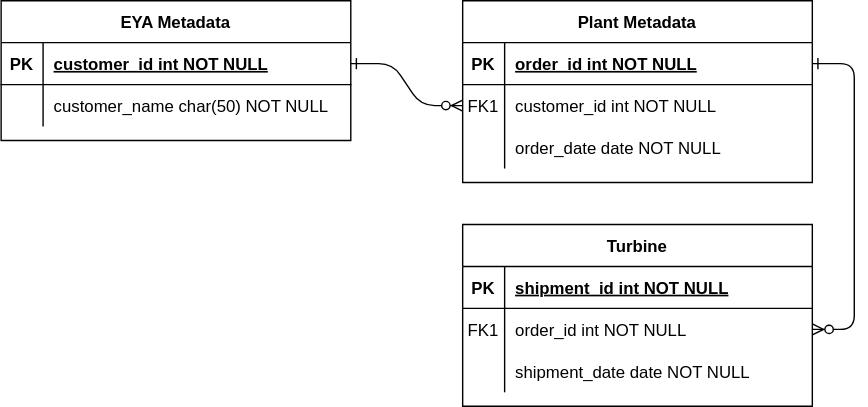
IEC-61400-15/eya_def keeps this draw.io diagram as SVG_IEC 61400-15-2 DEF.drawio.svg. Above is the earlier version. Source tidied: cells renumbered, new cells last; positions are measured from the earlier drawing's top-left corner, leaving out a move shared by most shapes. Its diagram source:
```xml
<mxGraphModel background="#ffffff">
  <root>
    <mxCell id="0" />
    <mxCell id="1" parent="0" />
    <mxCell id="2" style="edgeStyle=entityRelationEdgeStyle;endArrow=ERzeroToMany;startArrow=ERone;endFill=1;startFill=0;" parent="1" edge="1" source="25" target="8">
      <mxGeometry relative="1" as="geometry" />
    </mxCell>
    <mxCell id="3" style="edgeStyle=entityRelationEdgeStyle;endArrow=ERzeroToMany;startArrow=ERone;endFill=1;startFill=0;" parent="1" edge="1" source="5" target="18">
      <mxGeometry relative="1" as="geometry" />
    </mxCell>
    <mxCell id="4" value="Plant Metadata" style="shape=table;startSize=30;rowLines=0;fontStyle=1;align=center;" parent="1" vertex="1">
      <mxGeometry x="330" width="250" height="130" as="geometry" />
    </mxCell>
    <mxCell id="5" style="shape=partialRectangle;fillColor=none;points=[[0,0.5],[1,0.5]];portConstraint=eastwest;top=0;left=0;right=0;bottom=1;" parent="4" vertex="1">
      <mxGeometry y="30" width="250" height="30" as="geometry" />
    </mxCell>
    <mxCell id="6" value="PK" style="shape=partialRectangle;overflow=hidden;fillColor=none;top=0;left=0;bottom=0;right=0;fontStyle=1;" parent="5" vertex="1">
      <mxGeometry width="30" height="30" as="geometry" />
    </mxCell>
    <mxCell id="7" value="order_id int NOT NULL " style="shape=partialRectangle;overflow=hidden;fillColor=none;top=0;left=0;bottom=0;right=0;align=left;spacingLeft=6;fontStyle=5;" parent="5" vertex="1">
      <mxGeometry x="30" width="220" height="30" as="geometry" />
    </mxCell>
    <mxCell id="8" style="shape=partialRectangle;fillColor=none;points=[[0,0.5],[1,0.5]];portConstraint=eastwest;top=0;left=0;right=0;bottom=0;" parent="4" vertex="1">
      <mxGeometry y="60" width="250" height="30" as="geometry" />
    </mxCell>
    <mxCell id="9" value="FK1" style="shape=partialRectangle;overflow=hidden;fillColor=none;top=0;left=0;bottom=0;right=0;" parent="8" vertex="1">
      <mxGeometry width="30" height="30" as="geometry" />
    </mxCell>
    <mxCell id="10" value="customer_id int NOT NULL" style="shape=partialRectangle;overflow=hidden;fillColor=none;top=0;left=0;bottom=0;right=0;align=left;spacingLeft=6;" parent="8" vertex="1">
      <mxGeometry x="30" width="220" height="30" as="geometry" />
    </mxCell>
    <mxCell id="11" style="shape=partialRectangle;fillColor=none;top=0;left=0;right=0;bottom=0;" parent="4" vertex="1">
      <mxGeometry y="90" width="250" height="30" as="geometry" />
    </mxCell>
    <mxCell id="12" style="shape=partialRectangle;overflow=hidden;fillColor=none;top=0;left=0;bottom=0;right=0;" parent="11" vertex="1">
      <mxGeometry width="30" height="30" as="geometry" />
    </mxCell>
    <mxCell id="13" value="order_date date NOT NULL" style="shape=partialRectangle;overflow=hidden;fillColor=none;top=0;left=0;bottom=0;right=0;align=left;spacingLeft=6;" parent="11" vertex="1">
      <mxGeometry x="30" width="220" height="30" as="geometry" />
    </mxCell>
    <mxCell id="14" value="Turbine" style="shape=table;startSize=30;rowLines=0;fontStyle=1;align=center;" parent="1" vertex="1">
      <mxGeometry x="330" y="160" width="250" height="130" as="geometry" />
    </mxCell>
    <mxCell id="15" style="shape=partialRectangle;fillColor=none;top=0;left=0;right=0;bottom=1;" parent="14" vertex="1">
      <mxGeometry y="30" width="250" height="30" as="geometry" />
    </mxCell>
    <mxCell id="16" value="PK" style="shape=partialRectangle;overflow=hidden;fillColor=none;top=0;left=0;bottom=0;right=0;fontStyle=1;" parent="15" vertex="1">
      <mxGeometry width="30" height="30" as="geometry" />
    </mxCell>
    <mxCell id="17" value="shipment_id int NOT NULL " style="shape=partialRectangle;overflow=hidden;fillColor=none;top=0;left=0;bottom=0;right=0;align=left;spacingLeft=6;fontStyle=5;" parent="15" vertex="1">
      <mxGeometry x="30" width="220" height="30" as="geometry" />
    </mxCell>
    <mxCell id="18" style="shape=partialRectangle;fillColor=none;points=[[0,0.5],[1,0.5]];portConstraint=eastwest;top=0;left=0;right=0;bottom=0;" parent="14" vertex="1">
      <mxGeometry y="60" width="250" height="30" as="geometry" />
    </mxCell>
    <mxCell id="19" value="FK1" style="shape=partialRectangle;overflow=hidden;fillColor=none;top=0;left=0;bottom=0;right=0;" parent="18" vertex="1">
      <mxGeometry width="30" height="30" as="geometry" />
    </mxCell>
    <mxCell id="20" value="order_id int NOT NULL" style="shape=partialRectangle;overflow=hidden;fillColor=none;top=0;left=0;bottom=0;right=0;align=left;spacingLeft=6;" parent="18" vertex="1">
      <mxGeometry x="30" width="220" height="30" as="geometry" />
    </mxCell>
    <mxCell id="21" style="shape=partialRectangle;fillColor=none;top=0;left=0;right=0;bottom=0;" parent="14" vertex="1">
      <mxGeometry y="90" width="250" height="30" as="geometry" />
    </mxCell>
    <mxCell id="22" style="shape=partialRectangle;overflow=hidden;fillColor=none;top=0;left=0;bottom=0;right=0;" parent="21" vertex="1">
      <mxGeometry width="30" height="30" as="geometry" />
    </mxCell>
    <mxCell id="23" value="shipment_date date NOT NULL" style="shape=partialRectangle;overflow=hidden;fillColor=none;top=0;left=0;bottom=0;right=0;align=left;spacingLeft=6;" parent="21" vertex="1">
      <mxGeometry x="30" width="220" height="30" as="geometry" />
    </mxCell>
    <mxCell id="24" value="EYA Metadata" style="shape=table;startSize=30;rowLines=0;fontStyle=1;align=center;" parent="1" vertex="1">
      <mxGeometry width="250" height="100" as="geometry" />
    </mxCell>
    <mxCell id="25" style="shape=partialRectangle;fillColor=none;points=[[0,0.5],[1,0.5]];portConstraint=eastwest;top=0;left=0;right=0;bottom=1;" parent="24" vertex="1">
      <mxGeometry y="30" width="250" height="30" as="geometry" />
    </mxCell>
    <mxCell id="26" value="PK" style="shape=partialRectangle;overflow=hidden;fillColor=none;top=0;left=0;bottom=0;right=0;fontStyle=1;" parent="25" vertex="1">
      <mxGeometry width="30" height="30" as="geometry" />
    </mxCell>
    <mxCell id="27" value="customer_id int NOT NULL " style="shape=partialRectangle;overflow=hidden;fillColor=none;top=0;left=0;bottom=0;right=0;align=left;spacingLeft=6;fontStyle=5;" parent="25" vertex="1">
      <mxGeometry x="30" width="220" height="30" as="geometry" />
    </mxCell>
    <mxCell id="28" style="shape=partialRectangle;fillColor=none;top=0;left=0;right=0;bottom=0;" parent="24" vertex="1">
      <mxGeometry y="60" width="250" height="30" as="geometry" />
    </mxCell>
    <mxCell id="29" style="shape=partialRectangle;overflow=hidden;fillColor=none;top=0;left=0;bottom=0;right=0;" parent="28" vertex="1">
      <mxGeometry width="30" height="30" as="geometry" />
    </mxCell>
    <mxCell id="30" value="customer_name char(50) NOT NULL" style="shape=partialRectangle;overflow=hidden;fillColor=none;top=0;left=0;bottom=0;right=0;align=left;spacingLeft=6;" parent="28" vertex="1">
      <mxGeometry x="30" width="220" height="30" as="geometry" />
    </mxCell>
  </root>
</mxGraphModel>
```
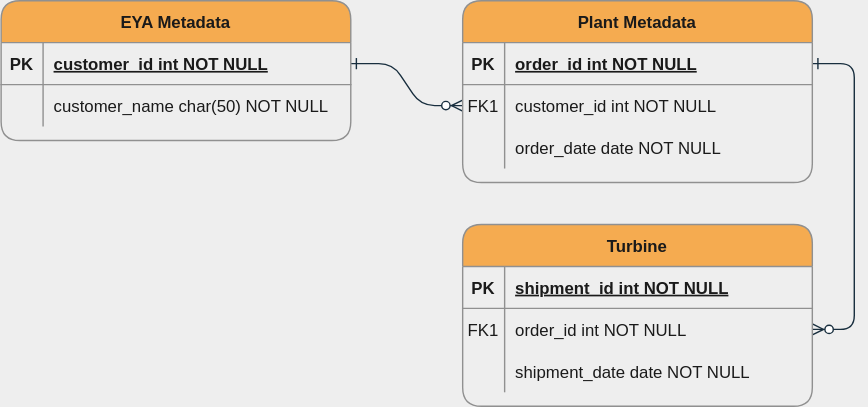
The same file after the commit.

Commit message:
change color scheme SVG_IEC 61400-15-2 DEF.drawio.svg

Diff of the diagram source:
```diff
@@ -1,92 +1,92 @@
-<mxGraphModel background="#ffffff">
+<mxGraphModel background="#EEEEEE">
   <root>
     <mxCell id="0" />
     <mxCell id="1" parent="0" />
-    <mxCell id="2" style="edgeStyle=entityRelationEdgeStyle;endArrow=ERzeroToMany;startArrow=ERone;endFill=1;startFill=0;" parent="1" edge="1" source="25" target="8">
+    <mxCell id="2" style="edgeStyle=entityRelationEdgeStyle;endArrow=ERzeroToMany;startArrow=ERone;endFill=1;startFill=0;rounded=1;labelBackgroundColor=#EEEEEE;strokeColor=#182E3E;fontColor=#1A1A1A;" parent="1" edge="1" source="25" target="8">
       <mxGeometry relative="1" as="geometry" />
     </mxCell>
-    <mxCell id="3" style="edgeStyle=entityRelationEdgeStyle;endArrow=ERzeroToMany;startArrow=ERone;endFill=1;startFill=0;" parent="1" edge="1" source="5" target="18">
+    <mxCell id="3" style="edgeStyle=entityRelationEdgeStyle;endArrow=ERzeroToMany;startArrow=ERone;endFill=1;startFill=0;rounded=1;labelBackgroundColor=#EEEEEE;strokeColor=#182E3E;fontColor=#1A1A1A;" parent="1" edge="1" source="5" target="18">
       <mxGeometry relative="1" as="geometry" />
     </mxCell>
-    <mxCell id="4" value="Plant Metadata" style="shape=table;startSize=30;rowLines=0;fontStyle=1;align=center;" parent="1" vertex="1">
+    <mxCell id="4" value="Plant Metadata" style="shape=table;startSize=30;rowLines=0;fontStyle=1;align=center;rounded=1;fillColor=#F5AB50;strokeColor=#909090;fontColor=#1A1A1A;" parent="1" vertex="1">
       <mxGeometry x="330" width="250" height="130" as="geometry" />
     </mxCell>
-    <mxCell id="5" style="shape=partialRectangle;fillColor=none;points=[[0,0.5],[1,0.5]];portConstraint=eastwest;top=0;left=0;right=0;bottom=1;" parent="4" vertex="1">
+    <mxCell id="5" style="shape=partialRectangle;fillColor=none;points=[[0,0.5],[1,0.5]];portConstraint=eastwest;top=0;left=0;right=0;bottom=1;rounded=1;strokeColor=#909090;fontColor=#1A1A1A;" parent="4" vertex="1">
       <mxGeometry y="30" width="250" height="30" as="geometry" />
     </mxCell>
-    <mxCell id="6" value="PK" style="shape=partialRectangle;overflow=hidden;fillColor=none;top=0;left=0;bottom=0;right=0;fontStyle=1;" parent="5" vertex="1">
+    <mxCell id="6" value="PK" style="shape=partialRectangle;overflow=hidden;fillColor=none;top=0;left=0;bottom=0;right=0;fontStyle=1;rounded=1;strokeColor=#909090;fontColor=#1A1A1A;" parent="5" vertex="1">
       <mxGeometry width="30" height="30" as="geometry" />
     </mxCell>
-    <mxCell id="7" value="order_id int NOT NULL " style="shape=partialRectangle;overflow=hidden;fillColor=none;top=0;left=0;bottom=0;right=0;align=left;spacingLeft=6;fontStyle=5;" parent="5" vertex="1">
+    <mxCell id="7" value="order_id int NOT NULL " style="shape=partialRectangle;overflow=hidden;fillColor=none;top=0;left=0;bottom=0;right=0;align=left;spacingLeft=6;fontStyle=5;rounded=1;strokeColor=#909090;fontColor=#1A1A1A;" parent="5" vertex="1">
       <mxGeometry x="30" width="220" height="30" as="geometry" />
     </mxCell>
-    <mxCell id="8" style="shape=partialRectangle;fillColor=none;points=[[0,0.5],[1,0.5]];portConstraint=eastwest;top=0;left=0;right=0;bottom=0;" parent="4" vertex="1">
+    <mxCell id="8" style="shape=partialRectangle;fillColor=none;points=[[0,0.5],[1,0.5]];portConstraint=eastwest;top=0;left=0;right=0;bottom=0;rounded=1;strokeColor=#909090;fontColor=#1A1A1A;" parent="4" vertex="1">
       <mxGeometry y="60" width="250" height="30" as="geometry" />
     </mxCell>
-    <mxCell id="9" value="FK1" style="shape=partialRectangle;overflow=hidden;fillColor=none;top=0;left=0;bottom=0;right=0;" parent="8" vertex="1">
+    <mxCell id="9" value="FK1" style="shape=partialRectangle;overflow=hidden;fillColor=none;top=0;left=0;bottom=0;right=0;rounded=1;strokeColor=#909090;fontColor=#1A1A1A;" parent="8" vertex="1">
       <mxGeometry width="30" height="30" as="geometry" />
     </mxCell>
-    <mxCell id="10" value="customer_id int NOT NULL" style="shape=partialRectangle;overflow=hidden;fillColor=none;top=0;left=0;bottom=0;right=0;align=left;spacingLeft=6;" parent="8" vertex="1">
+    <mxCell id="10" value="customer_id int NOT NULL" style="shape=partialRectangle;overflow=hidden;fillColor=none;top=0;left=0;bottom=0;right=0;align=left;spacingLeft=6;rounded=1;strokeColor=#909090;fontColor=#1A1A1A;" parent="8" vertex="1">
       <mxGeometry x="30" width="220" height="30" as="geometry" />
     </mxCell>
-    <mxCell id="11" style="shape=partialRectangle;fillColor=none;top=0;left=0;right=0;bottom=0;" parent="4" vertex="1">
+    <mxCell id="11" style="shape=partialRectangle;fillColor=none;top=0;left=0;right=0;bottom=0;rounded=1;strokeColor=#909090;fontColor=#1A1A1A;" parent="4" vertex="1">
       <mxGeometry y="90" width="250" height="30" as="geometry" />
     </mxCell>
-    <mxCell id="12" style="shape=partialRectangle;overflow=hidden;fillColor=none;top=0;left=0;bottom=0;right=0;" parent="11" vertex="1">
+    <mxCell id="12" style="shape=partialRectangle;overflow=hidden;fillColor=none;top=0;left=0;bottom=0;right=0;rounded=1;strokeColor=#909090;fontColor=#1A1A1A;" parent="11" vertex="1">
       <mxGeometry width="30" height="30" as="geometry" />
     </mxCell>
-    <mxCell id="13" value="order_date date NOT NULL" style="shape=partialRectangle;overflow=hidden;fillColor=none;top=0;left=0;bottom=0;right=0;align=left;spacingLeft=6;" parent="11" vertex="1">
+    <mxCell id="13" value="order_date date NOT NULL" style="shape=partialRectangle;overflow=hidden;fillColor=none;top=0;left=0;bottom=0;right=0;align=left;spacingLeft=6;rounded=1;strokeColor=#909090;fontColor=#1A1A1A;" parent="11" vertex="1">
       <mxGeometry x="30" width="220" height="30" as="geometry" />
     </mxCell>
-    <mxCell id="14" value="Turbine" style="shape=table;startSize=30;rowLines=0;fontStyle=1;align=center;" parent="1" vertex="1">
+    <mxCell id="14" value="Turbine" style="shape=table;startSize=30;rowLines=0;fontStyle=1;align=center;rounded=1;fillColor=#F5AB50;strokeColor=#909090;fontColor=#1A1A1A;" parent="1" vertex="1">
       <mxGeometry x="330" y="160" width="250" height="130" as="geometry" />
     </mxCell>
-    <mxCell id="15" style="shape=partialRectangle;fillColor=none;top=0;left=0;right=0;bottom=1;" parent="14" vertex="1">
+    <mxCell id="15" style="shape=partialRectangle;fillColor=none;top=0;left=0;right=0;bottom=1;rounded=1;strokeColor=#909090;fontColor=#1A1A1A;" parent="14" vertex="1">
       <mxGeometry y="30" width="250" height="30" as="geometry" />
     </mxCell>
-    <mxCell id="16" value="PK" style="shape=partialRectangle;overflow=hidden;fillColor=none;top=0;left=0;bottom=0;right=0;fontStyle=1;" parent="15" vertex="1">
+    <mxCell id="16" value="PK" style="shape=partialRectangle;overflow=hidden;fillColor=none;top=0;left=0;bottom=0;right=0;fontStyle=1;rounded=1;strokeColor=#909090;fontColor=#1A1A1A;" parent="15" vertex="1">
       <mxGeometry width="30" height="30" as="geometry" />
     </mxCell>
-    <mxCell id="17" value="shipment_id int NOT NULL " style="shape=partialRectangle;overflow=hidden;fillColor=none;top=0;left=0;bottom=0;right=0;align=left;spacingLeft=6;fontStyle=5;" parent="15" vertex="1">
+    <mxCell id="17" value="shipment_id int NOT NULL " style="shape=partialRectangle;overflow=hidden;fillColor=none;top=0;left=0;bottom=0;right=0;align=left;spacingLeft=6;fontStyle=5;rounded=1;strokeColor=#909090;fontColor=#1A1A1A;" parent="15" vertex="1">
       <mxGeometry x="30" width="220" height="30" as="geometry" />
     </mxCell>
-    <mxCell id="18" style="shape=partialRectangle;fillColor=none;points=[[0,0.5],[1,0.5]];portConstraint=eastwest;top=0;left=0;right=0;bottom=0;" parent="14" vertex="1">
+    <mxCell id="18" style="shape=partialRectangle;fillColor=none;points=[[0,0.5],[1,0.5]];portConstraint=eastwest;top=0;left=0;right=0;bottom=0;rounded=1;strokeColor=#909090;fontColor=#1A1A1A;" parent="14" vertex="1">
       <mxGeometry y="60" width="250" height="30" as="geometry" />
     </mxCell>
-    <mxCell id="19" value="FK1" style="shape=partialRectangle;overflow=hidden;fillColor=none;top=0;left=0;bottom=0;right=0;" parent="18" vertex="1">
+    <mxCell id="19" value="FK1" style="shape=partialRectangle;overflow=hidden;fillColor=none;top=0;left=0;bottom=0;right=0;rounded=1;strokeColor=#909090;fontColor=#1A1A1A;" parent="18" vertex="1">
       <mxGeometry width="30" height="30" as="geometry" />
     </mxCell>
-    <mxCell id="20" value="order_id int NOT NULL" style="shape=partialRectangle;overflow=hidden;fillColor=none;top=0;left=0;bottom=0;right=0;align=left;spacingLeft=6;" parent="18" vertex="1">
+    <mxCell id="20" value="order_id int NOT NULL" style="shape=partialRectangle;overflow=hidden;fillColor=none;top=0;left=0;bottom=0;right=0;align=left;spacingLeft=6;rounded=1;strokeColor=#909090;fontColor=#1A1A1A;" parent="18" vertex="1">
       <mxGeometry x="30" width="220" height="30" as="geometry" />
     </mxCell>
-    <mxCell id="21" style="shape=partialRectangle;fillColor=none;top=0;left=0;right=0;bottom=0;" parent="14" vertex="1">
+    <mxCell id="21" style="shape=partialRectangle;fillColor=none;top=0;left=0;right=0;bottom=0;rounded=1;strokeColor=#909090;fontColor=#1A1A1A;" parent="14" vertex="1">
       <mxGeometry y="90" width="250" height="30" as="geometry" />
     </mxCell>
-    <mxCell id="22" style="shape=partialRectangle;overflow=hidden;fillColor=none;top=0;left=0;bottom=0;right=0;" parent="21" vertex="1">
+    <mxCell id="22" style="shape=partialRectangle;overflow=hidden;fillColor=none;top=0;left=0;bottom=0;right=0;rounded=1;strokeColor=#909090;fontColor=#1A1A1A;" parent="21" vertex="1">
       <mxGeometry width="30" height="30" as="geometry" />
     </mxCell>
-    <mxCell id="23" value="shipment_date date NOT NULL" style="shape=partialRectangle;overflow=hidden;fillColor=none;top=0;left=0;bottom=0;right=0;align=left;spacingLeft=6;" parent="21" vertex="1">
+    <mxCell id="23" value="shipment_date date NOT NULL" style="shape=partialRectangle;overflow=hidden;fillColor=none;top=0;left=0;bottom=0;right=0;align=left;spacingLeft=6;rounded=1;strokeColor=#909090;fontColor=#1A1A1A;" parent="21" vertex="1">
       <mxGeometry x="30" width="220" height="30" as="geometry" />
     </mxCell>
-    <mxCell id="24" value="EYA Metadata" style="shape=table;startSize=30;rowLines=0;fontStyle=1;align=center;" parent="1" vertex="1">
+    <mxCell id="24" value="EYA Metadata" style="shape=table;startSize=30;rowLines=0;fontStyle=1;align=center;rounded=1;fillColor=#F5AB50;strokeColor=#909090;fontColor=#1A1A1A;" parent="1" vertex="1">
       <mxGeometry width="250" height="100" as="geometry" />
     </mxCell>
-    <mxCell id="25" style="shape=partialRectangle;fillColor=none;points=[[0,0.5],[1,0.5]];portConstraint=eastwest;top=0;left=0;right=0;bottom=1;" parent="24" vertex="1">
+    <mxCell id="25" style="shape=partialRectangle;fillColor=none;points=[[0,0.5],[1,0.5]];portConstraint=eastwest;top=0;left=0;right=0;bottom=1;rounded=1;strokeColor=#909090;fontColor=#1A1A1A;" parent="24" vertex="1">
       <mxGeometry y="30" width="250" height="30" as="geometry" />
     </mxCell>
-    <mxCell id="26" value="PK" style="shape=partialRectangle;overflow=hidden;fillColor=none;top=0;left=0;bottom=0;right=0;fontStyle=1;" parent="25" vertex="1">
+    <mxCell id="26" value="PK" style="shape=partialRectangle;overflow=hidden;fillColor=none;top=0;left=0;bottom=0;right=0;fontStyle=1;rounded=1;strokeColor=#909090;fontColor=#1A1A1A;" parent="25" vertex="1">
       <mxGeometry width="30" height="30" as="geometry" />
     </mxCell>
-    <mxCell id="27" value="customer_id int NOT NULL " style="shape=partialRectangle;overflow=hidden;fillColor=none;top=0;left=0;bottom=0;right=0;align=left;spacingLeft=6;fontStyle=5;" parent="25" vertex="1">
+    <mxCell id="27" value="customer_id int NOT NULL " style="shape=partialRectangle;overflow=hidden;fillColor=none;top=0;left=0;bottom=0;right=0;align=left;spacingLeft=6;fontStyle=5;rounded=1;strokeColor=#909090;fontColor=#1A1A1A;" parent="25" vertex="1">
       <mxGeometry x="30" width="220" height="30" as="geometry" />
     </mxCell>
-    <mxCell id="28" style="shape=partialRectangle;fillColor=none;top=0;left=0;right=0;bottom=0;" parent="24" vertex="1">
+    <mxCell id="28" style="shape=partialRectangle;fillColor=none;top=0;left=0;right=0;bottom=0;rounded=1;strokeColor=#909090;fontColor=#1A1A1A;" parent="24" vertex="1">
       <mxGeometry y="60" width="250" height="30" as="geometry" />
     </mxCell>
-    <mxCell id="29" style="shape=partialRectangle;overflow=hidden;fillColor=none;top=0;left=0;bottom=0;right=0;" parent="28" vertex="1">
+    <mxCell id="29" style="shape=partialRectangle;overflow=hidden;fillColor=none;top=0;left=0;bottom=0;right=0;rounded=1;strokeColor=#909090;fontColor=#1A1A1A;" parent="28" vertex="1">
       <mxGeometry width="30" height="30" as="geometry" />
     </mxCell>
-    <mxCell id="30" value="customer_name char(50) NOT NULL" style="shape=partialRectangle;overflow=hidden;fillColor=none;top=0;left=0;bottom=0;right=0;align=left;spacingLeft=6;" parent="28" vertex="1">
+    <mxCell id="30" value="customer_name char(50) NOT NULL" style="shape=partialRectangle;overflow=hidden;fillColor=none;top=0;left=0;bottom=0;right=0;align=left;spacingLeft=6;rounded=1;strokeColor=#909090;fontColor=#1A1A1A;" parent="28" vertex="1">
       <mxGeometry x="30" width="220" height="30" as="geometry" />
     </mxCell>
   </root>
```
